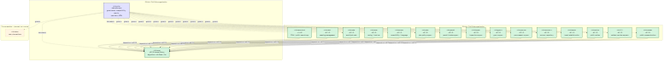
This is docs/diagrams/suite-architecture.png from CivicSuite/civicsuite, a Mermaid export, as it was before one commit. Its source is kept beside it as docs/diagrams/suite-architecture.mmd.
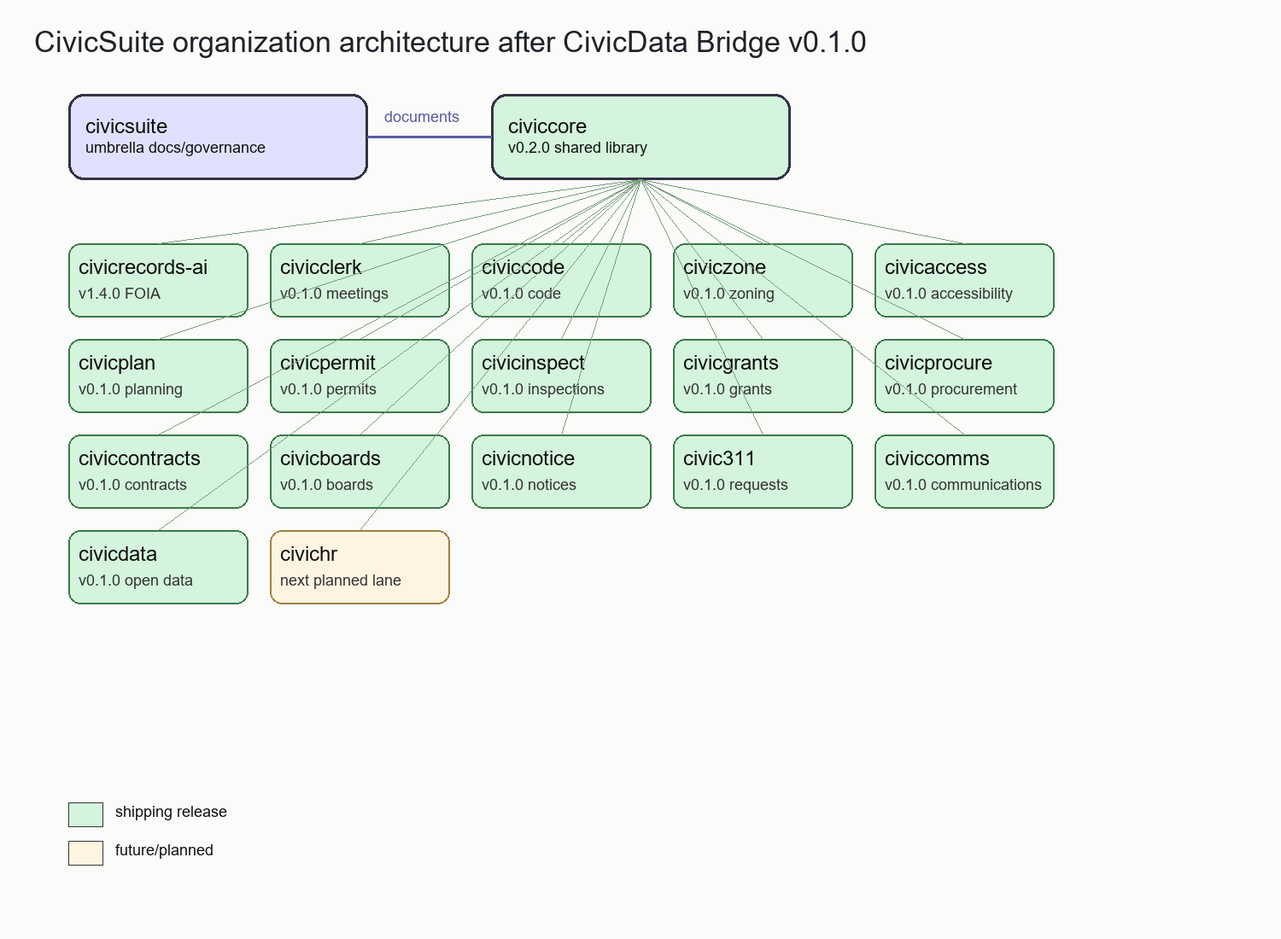
Above is the later version.

Change to the diagram source:
```diff
@@ -19,9 +19,10 @@
         Notice["civicnotice<br/>v0.1.0<br/>public notices"]
         Civic311["civic311<br/>v0.1.0<br/>resident service requests"]
         Comms["civiccomms<br/>v0.1.0<br/>public communications"]
+        Data["civicdata<br/>v0.1.0<br/>open data bridge"]
     end
     subgraph FUTURE["Future modules - planned, not started"]
-        Data["civicdata<br/>next planned lane"]
+        HR["civichr<br/>next planned lane"]
     end
     SuiteRepo -.documents.-> Core
     SuiteRepo -.documents.-> Records
@@ -40,6 +41,7 @@
     SuiteRepo -.governs.-> Civic311
     SuiteRepo -.governs.-> Comms
     SuiteRepo -.governs.-> Data
+    SuiteRepo -.governs.-> HR
     Records -->|"depends on ==0.2.0"| Core
     Clerk -->|"depends on ==0.2.0"| Core
     Code -->|"depends on ==0.2.0"| Core
@@ -55,6 +57,7 @@
     Notice -->|"depends on ==0.2.0"| Core
     Civic311 -->|"depends on ==0.2.0"| Core
     Comms -->|"depends on ==0.2.0"| Core
+    Data -->|"depends on ==0.2.0"| Core
     classDef shipping fill:#d4f4dd,stroke:#3a7a4a,stroke-width:2px,color:#000
     classDef governance fill:#e1e1ff,stroke:#5a5aa0,stroke-width:2px,color:#000
     classDef future fill:#fff4e1,stroke:#a08040,stroke-width:1px,stroke-dasharray:5 5,color:#000
@@ -76,4 +79,5 @@
     class Notice shipping
     class Civic311 shipping
     class Comms shipping
-    class Data future
+    class Data shipping
+    class HR future
```
